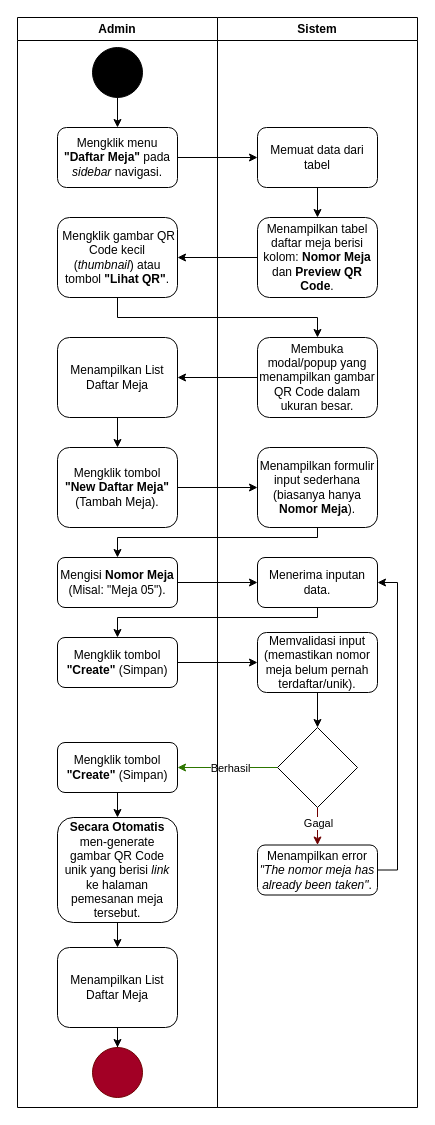
Before: page "Daftar Meja" (3 of 8) of Docs/Use Case/Activity Diagram.drawio in gustitriprayoga/Sistem-Pembayaran-QR, a draw.io diagram. Source tidied: cells renumbered, new cells numbered last; positions are measured from the earlier drawing's top-left corner, leaving out a move shared by most shapes. Both pictures are drawn from the tidied source at 100%, with x=0, y=0 at pixel (17, 17).
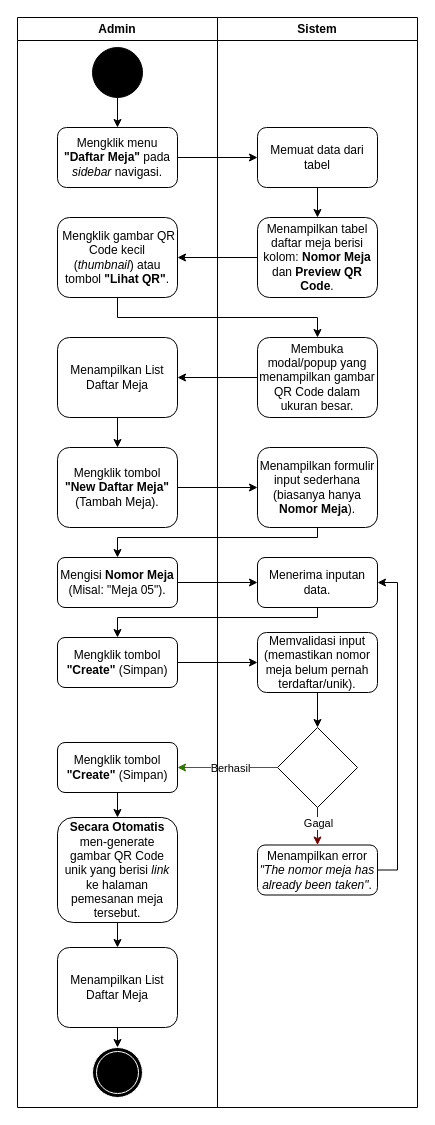
The same diagram, later.

Unchanged cells that the change refers to:
```xml
<mxCell id="40" value="Menampilkan List Daftar Meja" style="rounded=1;whiteSpace=wrap;html=1;" parent="1" vertex="1">
  <mxGeometry x="40" y="930" width="120" height="80" as="geometry" />
</mxCell>
<mxCell id="42" value="Admin" style="swimlane;whiteSpace=wrap;html=1;" parent="1" vertex="1">
  <mxGeometry width="200" height="1090" as="geometry" />
</mxCell>
```

Change to the diagram source:
```diff
@@
-    <mxCell id="39" style="edgeStyle=orthogonalEdgeStyle;rounded=0;jettySize=auto;html=1;" parent="1" edge="1" source="40" target="41">
-      <mxGeometry relative="1" as="geometry" />
+    <mxCell id="39" style="edgeStyle=orthogonalEdgeStyle;rounded=0;jettySize=auto;html=1;" parent="1" edge="1" source="40">
+      <mxGeometry relative="1" as="geometry">
+        <mxPoint x="100" y="1030" as="targetPoint" />
+      </mxGeometry>
     </mxCell>
@@
-    <mxCell id="41" style="ellipse;whiteSpace=wrap;html=1;rounded=1;fillColor=#a20025;fontColor=#ffffff;strokeColor=#6F0000;" parent="1" vertex="1">
-      <mxGeometry x="75" y="1030" width="50" height="50" as="geometry" />
-    </mxCell>
@@
+    <mxCell id="44" style="ellipse;shape=doubleEllipse;whiteSpace=wrap;html=1;fillColor=#000000;fontColor=#ffffff;strokeColor=#FFFFFF;" parent="42" vertex="1">
+      <mxGeometry x="75" y="1030" width="50" height="50" as="geometry" />
+    </mxCell>
```
